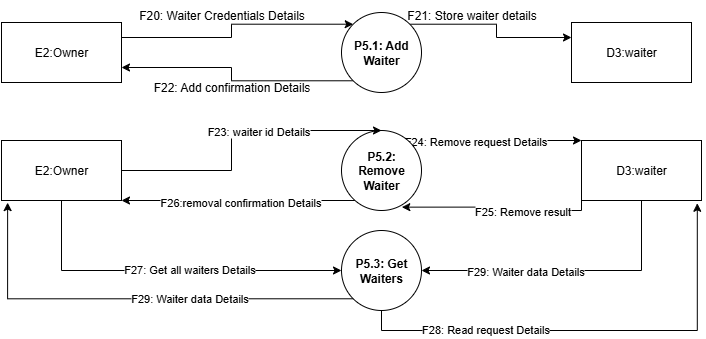
The draw.io diagram Diagrams/DFD1.2Waiter_Handler.drawio.png in EyasSh/Resturant, before a commit. Source tidied: cells renumbered, new cells last; positions are measured from the earlier drawing's top-left corner, leaving out a move shared by most shapes.
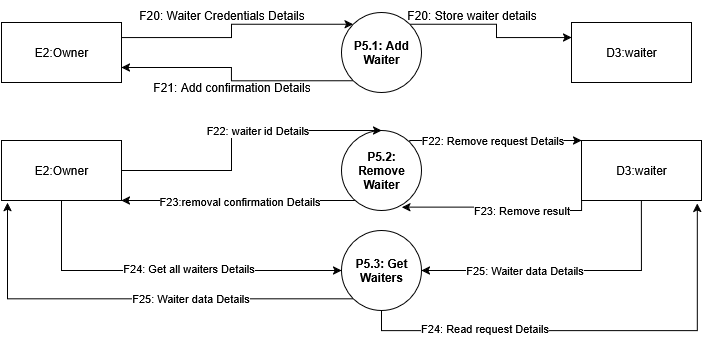
The same diagram one commit later.

Change to the diagram source:
```diff
@@ -23,10 +23,10 @@
     <mxCell id="8" value="F20: Waiter Credentials&amp;nbsp;Details" style="text;html=1;align=center;verticalAlign=middle;strokeColor=none;fillColor=none;" parent="1" vertex="1">
       <mxGeometry x="125" width="190" height="30" as="geometry" />
     </mxCell>
-    <mxCell id="9" value="F21: Store waiter details" style="text;html=1;align=center;verticalAlign=middle;strokeColor=none;fillColor=none;" parent="1" vertex="1">
+    <mxCell id="9" value="F20: Store waiter details" style="text;html=1;align=center;verticalAlign=middle;strokeColor=none;fillColor=none;" parent="1" vertex="1">
       <mxGeometry x="395" width="150" height="30" as="geometry" />
     </mxCell>
-    <mxCell id="10" value="F22: Add confirmation&amp;nbsp;Details" style="text;html=1;align=center;verticalAlign=middle;strokeColor=none;fillColor=none;" parent="1" vertex="1">
+    <mxCell id="10" value="F21: Add confirmation&amp;nbsp;Details" style="text;html=1;align=center;verticalAlign=middle;strokeColor=none;fillColor=none;" parent="1" vertex="1">
       <mxGeometry x="140" y="72" width="180" height="30" as="geometry" />
     </mxCell>
     <mxCell id="11" style="edgeStyle=orthogonalEdgeStyle;rounded=0;jettySize=auto;html=1;entryX=0;entryY=0;entryDx=0;entryDy=0;exitX=1;exitY=0;exitDx=0;exitDy=0;" parent="1" edge="1" source="15" target="24">
@@ -36,8 +36,10 @@
         </Array>
       </mxGeometry>
     </mxCell>
-    <mxCell id="12" value="F24: Remove request&amp;nbsp;Details" style="edgeLabel;html=1;align=center;verticalAlign=middle;" parent="11" vertex="1">
-      <mxGeometry x="-0.23" relative="1" as="geometry" />
+    <mxCell id="12" value="F22: Remove request&amp;nbsp;Details" style="edgeLabel;html=1;align=center;verticalAlign=middle;" parent="11" vertex="1">
+      <mxGeometry x="-0.23" relative="1" as="geometry">
+        <mxPoint x="17" as="offset" />
+      </mxGeometry>
     </mxCell>
     <mxCell id="13" style="edgeStyle=orthogonalEdgeStyle;rounded=0;jettySize=auto;html=1;entryX=1;entryY=1;entryDx=0;entryDy=0;" parent="1" edge="1" source="15" target="21">
       <mxGeometry relative="1" as="geometry">
@@ -47,7 +49,7 @@
         </Array>
       </mxGeometry>
     </mxCell>
-    <mxCell id="14" value="F26:removal confirmation&amp;nbsp;Details" style="edgeLabel;html=1;align=center;verticalAlign=middle;" parent="13" vertex="1">
+    <mxCell id="14" value="F23:removal confirmation&amp;nbsp;Details" style="edgeLabel;html=1;align=center;verticalAlign=middle;" parent="13" vertex="1">
       <mxGeometry x="-0.01" y="1" relative="1" as="geometry" />
     </mxCell>
     <mxCell id="15" value="&lt;strong&gt;P5.2: Remove Waiter&lt;/strong&gt;" style="ellipse;whiteSpace=wrap;html=1;" parent="1" vertex="1">
@@ -64,13 +66,13 @@
         </Array>
       </mxGeometry>
     </mxCell>
-    <mxCell id="18" value="F23: waiter id&amp;nbsp;Details" style="edgeLabel;html=1;align=center;verticalAlign=middle;" parent="17" vertex="1">
+    <mxCell id="18" value="F22: waiter id&amp;nbsp;Details" style="edgeLabel;html=1;align=center;verticalAlign=middle;" parent="17" vertex="1">
       <mxGeometry x="0.17" relative="1" as="geometry" />
     </mxCell>
     <mxCell id="19" style="edgeStyle=orthogonalEdgeStyle;rounded=0;jettySize=auto;html=1;entryX=0;entryY=0.5;entryDx=0;entryDy=0;exitX=0.5;exitY=1;exitDx=0;exitDy=0;" parent="1" edge="1" source="21" target="16">
       <mxGeometry relative="1" as="geometry" />
     </mxCell>
-    <mxCell id="20" value="F27: Get all waiters&amp;nbsp;Details" style="edgeLabel;html=1;align=center;verticalAlign=middle;" parent="19" vertex="1">
+    <mxCell id="20" value="F24: Get all waiters&amp;nbsp;Details" style="edgeLabel;html=1;align=center;verticalAlign=middle;" parent="19" vertex="1">
       <mxGeometry x="0.12" y="2" relative="1" as="geometry" />
     </mxCell>
     <mxCell id="21" value="E2:Owner " style="rounded=0;whiteSpace=wrap;html=1;" parent="1" vertex="1">
@@ -79,7 +81,7 @@
     <mxCell id="22" style="edgeStyle=orthogonalEdgeStyle;rounded=0;jettySize=auto;html=1;entryX=1;entryY=0.5;entryDx=0;entryDy=0;exitX=0.5;exitY=1;exitDx=0;exitDy=0;" parent="1" edge="1" source="24" target="16">
       <mxGeometry relative="1" as="geometry" />
     </mxCell>
-    <mxCell id="23" value="F29: Waiter data&amp;nbsp;Details" style="edgeLabel;html=1;align=center;verticalAlign=middle;" parent="22" vertex="1">
+    <mxCell id="23" value="F25: Waiter data&amp;nbsp;Details" style="edgeLabel;html=1;align=center;verticalAlign=middle;" parent="22" vertex="1">
       <mxGeometry x="0.29" relative="1" as="geometry" />
     </mxCell>
     <mxCell id="24" value="D3:waiter" style="rounded=0;whiteSpace=wrap;html=1;" parent="1" vertex="1">
@@ -94,19 +96,19 @@
         </Array>
       </mxGeometry>
     </mxCell>
-    <mxCell id="26" value="F25: Remove result" style="edgeLabel;html=1;align=center;verticalAlign=middle;" parent="25" vertex="1">
+    <mxCell id="26" value="F23: Remove result" style="edgeLabel;html=1;align=center;verticalAlign=middle;" parent="25" vertex="1">
       <mxGeometry x="-0.27" relative="1" as="geometry" />
     </mxCell>
     <mxCell id="27" style="edgeStyle=orthogonalEdgeStyle;rounded=0;jettySize=auto;html=1;entryX=0.965;entryY=1.046;entryDx=0;entryDy=0;entryPerimeter=0;exitX=0.5;exitY=1;exitDx=0;exitDy=0;" parent="1" edge="1" source="16" target="24">
       <mxGeometry relative="1" as="geometry" />
     </mxCell>
-    <mxCell id="28" value="F28: Read request&amp;nbsp;Details" style="edgeLabel;html=1;align=center;verticalAlign=middle;" parent="27" vertex="1">
+    <mxCell id="28" value="F24: Read request&amp;nbsp;Details" style="edgeLabel;html=1;align=center;verticalAlign=middle;" parent="27" vertex="1">
       <mxGeometry x="-0.47" y="2" relative="1" as="geometry" />
     </mxCell>
     <mxCell id="29" style="edgeStyle=orthogonalEdgeStyle;rounded=0;jettySize=auto;html=1;entryX=0.051;entryY=1.035;entryDx=0;entryDy=0;entryPerimeter=0;exitX=0;exitY=1;exitDx=0;exitDy=0;" parent="1" edge="1" source="16" target="21">
       <mxGeometry relative="1" as="geometry" />
     </mxCell>
-    <mxCell id="30" value="F29: Waiter data&amp;nbsp;Details" style="edgeLabel;html=1;align=center;verticalAlign=middle;" parent="29" vertex="1">
+    <mxCell id="30" value="F25: Waiter data&amp;nbsp;Details" style="edgeLabel;html=1;align=center;verticalAlign=middle;" parent="29" vertex="1">
       <mxGeometry x="-0.26" y="-1" relative="1" as="geometry" />
     </mxCell>
   </root>
```
